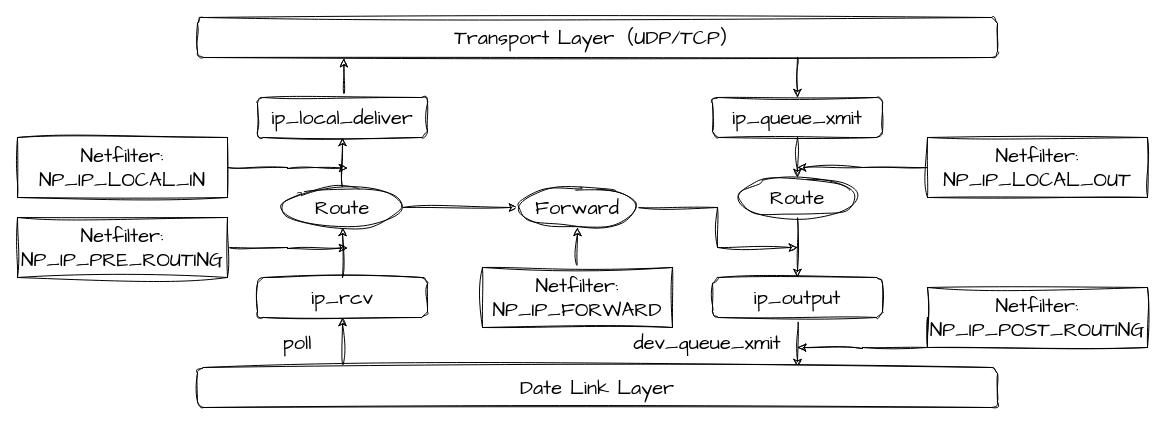
Earlier version of the draw.io diagram images/网络层处理.drawio (ji92/markdown_picture). Source tidied: cells renumbered, new cells numbered last; positions are measured from the earlier drawing's top-left corner, leaving out a move shared by most shapes. Both pictures are drawn from the tidied source at 100%, with x=0, y=0 at pixel (17, 17).
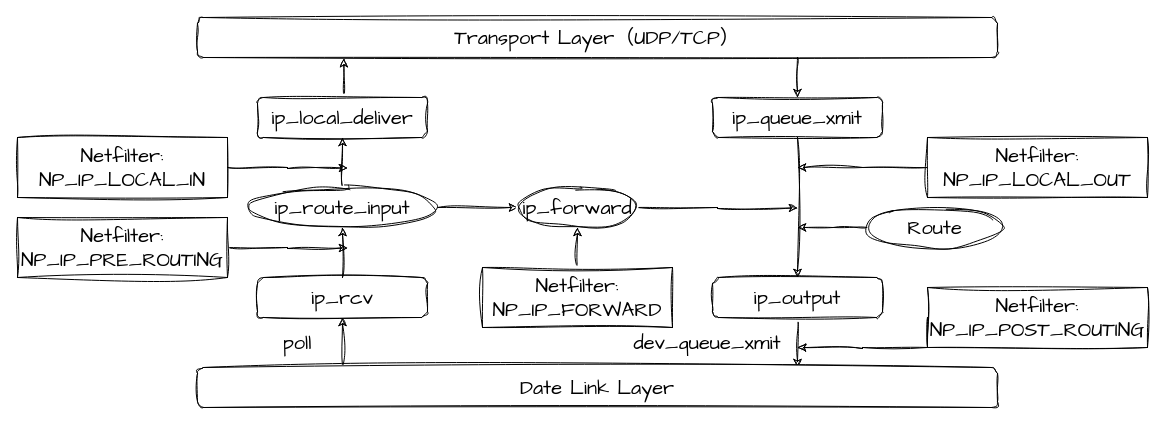
The same page after the edit.

Commit message (it also covers changes not shown here):
更新网络层处理.drawio

The change refers to these unchanged cells:
```xml
<mxCell id="14" value="ip_output" style="rounded=1;whiteSpace=wrap;html=1;sketch=1;hachureGap=4;jiggle=2;curveFitting=1;fontFamily=Architects Daughter;fontSize=20;" parent="1" vertex="1">
  <mxGeometry x="695" y="260" width="170" height="40" as="geometry" />
</mxCell>
<mxCell id="16" value="ip_queue_xmit" style="rounded=1;whiteSpace=wrap;html=1;sketch=1;hachureGap=4;jiggle=2;curveFitting=1;fontFamily=Architects Daughter;fontSize=20;" parent="1" vertex="1">
  <mxGeometry x="695" y="80" width="170" height="40" as="geometry" />
</mxCell>
```

Change to the diagram source:
```diff
@@
-    <mxCell id="10" value="Route" style="ellipse;whiteSpace=wrap;html=1;sketch=1;hachureGap=4;jiggle=2;curveFitting=1;fontFamily=Architects Daughter;fontSize=20;" parent="1" vertex="1">
-      <mxGeometry x="265" y="170" width="120" height="40" as="geometry" />
+    <mxCell id="10" value="ip_route_input" style="ellipse;whiteSpace=wrap;html=1;sketch=1;hachureGap=4;jiggle=2;curveFitting=1;fontFamily=Architects Daughter;fontSize=20;" parent="1" vertex="1">
+      <mxGeometry x="230" y="170" width="190" height="40" as="geometry" />
     </mxCell>
-    <mxCell id="11" style="edgeStyle=orthogonalEdgeStyle;rounded=0;sketch=1;hachureGap=4;jiggle=2;curveFitting=1;jettySize=auto;html=1;exitX=1;exitY=0.5;exitDx=0;exitDy=0;fontFamily=Architects Daughter;fontSize=16;" parent="1" edge="1" source="12">
-      <mxGeometry relative="1" as="geometry">
-        <mxPoint x="780" y="230" as="targetPoint" />
-        <Array as="points">
-          <mxPoint x="700" y="190" />
-          <mxPoint x="700" y="230" />
-          <mxPoint x="780" y="230" />
-        </Array>
-      </mxGeometry>
-    </mxCell>
+    <mxCell id="33" style="edgeStyle=orthogonalEdgeStyle;rounded=0;sketch=1;hachureGap=4;jiggle=2;curveFitting=1;jettySize=auto;html=1;exitX=1;exitY=0.5;exitDx=0;exitDy=0;fontFamily=Architects Daughter;fontSize=16;" parent="1" edge="1" source="12">
+      <mxGeometry relative="1" as="geometry">
+        <mxPoint x="780" y="190.5" as="targetPoint" />
+      </mxGeometry>
+    </mxCell>
-    <mxCell id="12" value="Forward" style="ellipse;whiteSpace=wrap;html=1;sketch=1;hachureGap=4;jiggle=2;curveFitting=1;fontFamily=Architects Daughter;fontSize=20;" parent="1" vertex="1">
+    <mxCell id="12" value="ip_forward" style="ellipse;whiteSpace=wrap;html=1;sketch=1;hachureGap=4;jiggle=2;curveFitting=1;fontFamily=Architects Daughter;fontSize=20;" parent="1" vertex="1">
       <mxGeometry x="500" y="170" width="120" height="40" as="geometry" />
     </mxCell>
@@
-    <mxCell id="15" style="edgeStyle=orthogonalEdgeStyle;rounded=0;sketch=1;hachureGap=4;jiggle=2;curveFitting=1;jettySize=auto;html=1;exitX=0.5;exitY=1;exitDx=0;exitDy=0;fontFamily=Architects Daughter;fontSize=16;" parent="1" edge="1" source="16" target="32">
-      <mxGeometry relative="1" as="geometry" />
-    </mxCell>
+    <mxCell id="34" style="edgeStyle=orthogonalEdgeStyle;rounded=0;sketch=1;hachureGap=4;jiggle=2;curveFitting=1;jettySize=auto;html=1;exitX=0.5;exitY=1;exitDx=0;exitDy=0;entryX=0.5;entryY=0;entryDx=0;entryDy=0;fontFamily=Architects Daughter;fontSize=16;" parent="1" edge="1" source="16" target="14">
+      <mxGeometry relative="1" as="geometry" />
+    </mxCell>
@@
-    <mxCell id="31" style="edgeStyle=orthogonalEdgeStyle;rounded=0;sketch=1;hachureGap=4;jiggle=2;curveFitting=1;jettySize=auto;html=1;exitX=0.5;exitY=1;exitDx=0;exitDy=0;entryX=0.5;entryY=0;entryDx=0;entryDy=0;fontFamily=Architects Daughter;fontSize=16;" parent="1" edge="1" source="32" target="14">
-      <mxGeometry relative="1" as="geometry" />
-    </mxCell>
+    <mxCell id="35" style="edgeStyle=orthogonalEdgeStyle;rounded=0;sketch=1;hachureGap=4;jiggle=2;curveFitting=1;jettySize=auto;html=1;fontFamily=Architects Daughter;fontSize=16;" parent="1" edge="1" source="32">
+      <mxGeometry relative="1" as="geometry">
+        <mxPoint x="780" y="210" as="targetPoint" />
+      </mxGeometry>
+    </mxCell>
     <mxCell id="32" value="Route" style="ellipse;whiteSpace=wrap;html=1;sketch=1;hachureGap=4;jiggle=2;curveFitting=1;fontFamily=Architects Daughter;fontSize=20;" parent="1" vertex="1">
-      <mxGeometry x="720" y="160" width="120" height="40" as="geometry" />
+      <mxGeometry x="850" y="190" width="135" height="40" as="geometry" />
     </mxCell>
```
